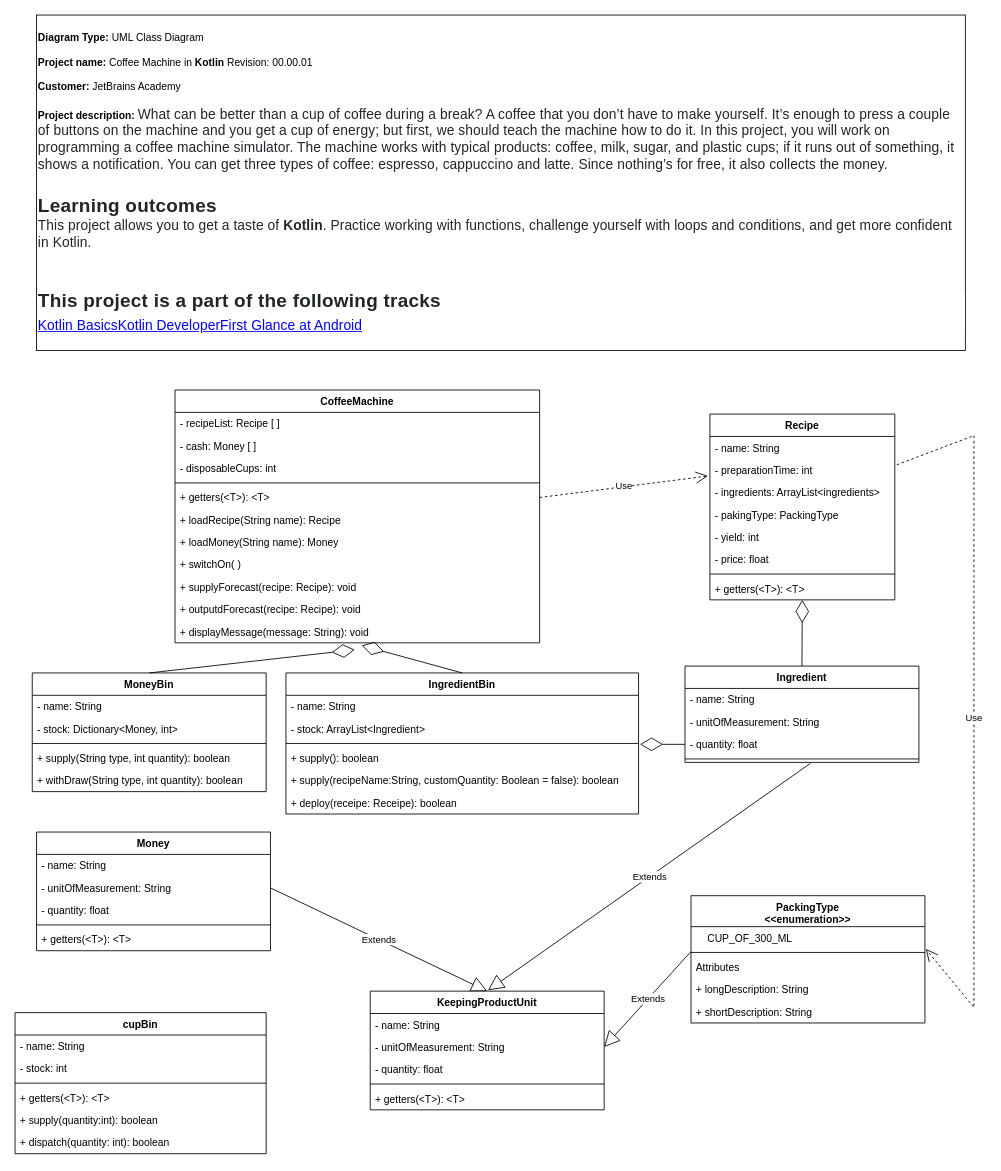
This is coffeeMachine/UML/CoffeeMAchineClassDiagram.drawio from AlbertoVictorRebello/academy.jetbrains.kotlinBasics, a draw.io file, before an edit. Source tidied: cells renumbered, new cells numbered last; positions are measured from the earlier drawing's top-left corner, leaving out a move shared by most shapes. Both pictures are drawn from the tidied source at 86%, with x=0, y=0 at pixel (15, 15).
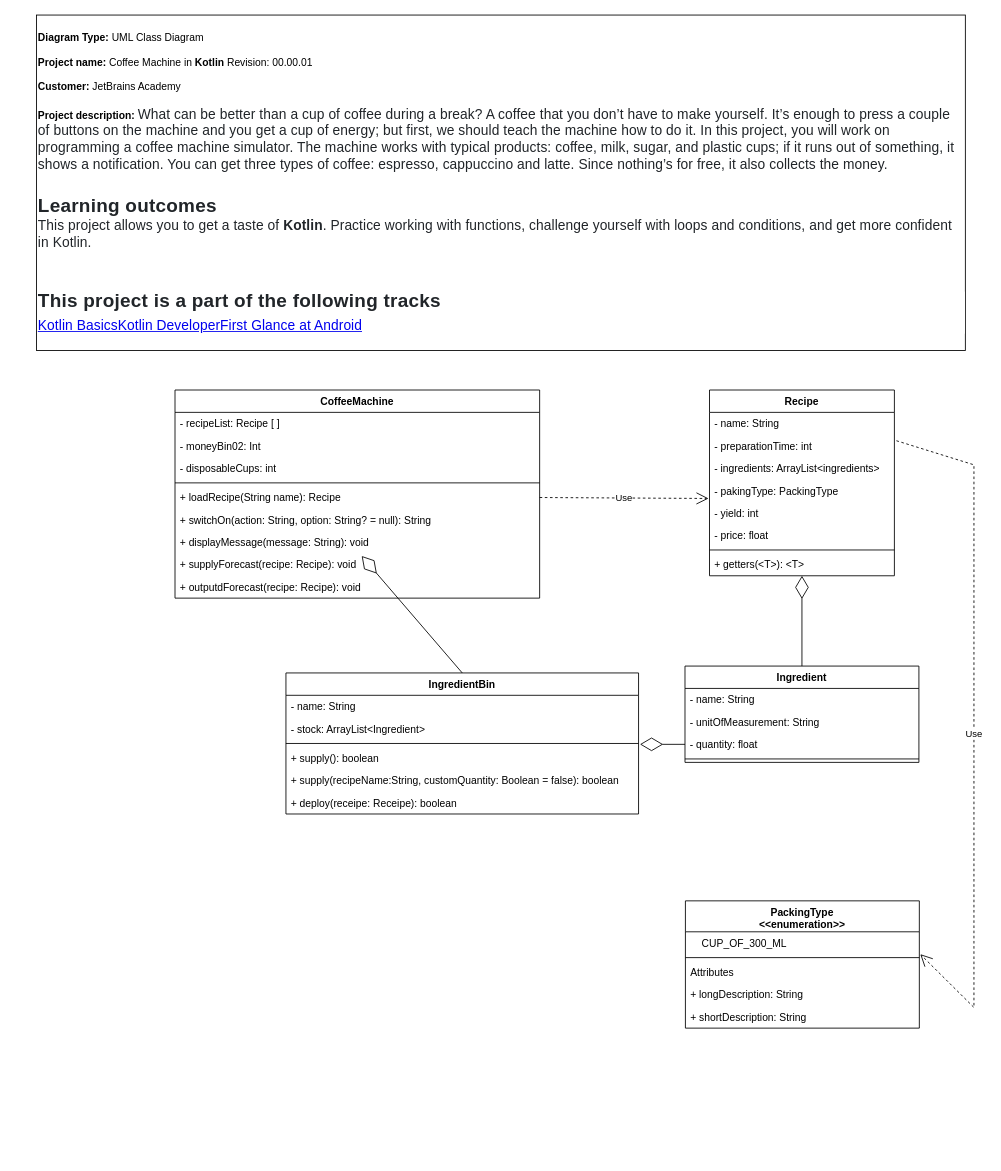
The same page after the edit.

The change refers to these unchanged cells:
```xml
<mxCell id="18" value="- preparationTime: int&#10;" style="text;strokeColor=none;fillColor=none;align=left;verticalAlign=top;spacingLeft=4;spacingRight=4;overflow=hidden;points=[[0,0.5],[1,0.5]];portConstraint=eastwest;" parent="16" vertex="1">
  <mxGeometry y="52" width="215" height="26" as="geometry" />
</mxCell>
<mxCell id="20" value="- pakingType: PackingType" style="text;strokeColor=none;fillColor=none;align=left;verticalAlign=top;spacingLeft=4;spacingRight=4;overflow=hidden;points=[[0,0.5],[1,0.5]];portConstraint=eastwest;" parent="16" vertex="1">
  <mxGeometry y="104" width="215" height="26" as="geometry" />
</mxCell>
<mxCell id="48" value="    CUP_OF_300_ML" style="text;strokeColor=none;fillColor=none;align=left;verticalAlign=top;spacingLeft=4;spacingRight=4;overflow=hidden;points=[[0,0.5],[1,0.5]];portConstraint=eastwest;" parent="47" vertex="1">
  <mxGeometry y="36" width="272" height="26" as="geometry" />
</mxCell>
```

What changed in the source:
```diff
@@
-    <mxCell id="3" value="Use" style="endArrow=open;endSize=12;dashed=1;html=1;rounded=0;entryX=-0.011;entryY=0.769;entryDx=0;entryDy=0;exitX=1;exitY=0.5;exitDx=0;exitDy=0;entryPerimeter=0;" parent="1" edge="1" source="9" target="18">
-      <mxGeometry relative="1" as="geometry" />
+    <mxCell id="3" value="Use" style="endArrow=open;endSize=12;dashed=1;html=1;rounded=0;entryX=-0.005;entryY=0.851;entryDx=0;entryDy=0;exitX=1;exitY=0.5;exitDx=0;exitDy=0;entryPerimeter=0;" parent="1" edge="1" target="20">
+      <mxGeometry relative="1" as="geometry">
+        <mxPoint x="610" y="561" as="sourcePoint" />
+      </mxGeometry>
     </mxCell>
     <mxCell id="4" value="CoffeeMachine" style="swimlane;fontStyle=1;align=center;verticalAlign=top;horizontal=1;startSize=26;" parent="1" vertex="1">
-      <mxGeometry x="186" y="436" width="424" height="294" as="geometry" />
+      <mxGeometry x="186" y="436" width="424" height="242" as="geometry" />
     </mxCell>
@@
-    <mxCell id="6" value="- cash: Money [ ]" style="text;strokeColor=none;fillColor=none;align=left;verticalAlign=top;spacingLeft=4;spacingRight=4;overflow=hidden;" parent="4" vertex="1">
+    <mxCell id="6" value="- moneyBin02: Int" style="text;strokeColor=none;fillColor=none;align=left;verticalAlign=top;spacingLeft=4;spacingRight=4;overflow=hidden;" parent="4" vertex="1">
       <mxGeometry y="52" width="424" height="26" as="geometry" />
     </mxCell>
@@
-    <mxCell id="9" value="+ getters(&lt;T&gt;): &lt;T&gt;" style="text;strokeColor=none;fillColor=none;align=left;verticalAlign=top;spacingLeft=4;spacingRight=4;overflow=hidden;points=[[0,0.5],[1,0.5]];portConstraint=eastwest;" parent="4" vertex="1">
-      <mxGeometry y="112" width="424" height="26" as="geometry" />
-    </mxCell>
     <mxCell id="10" value="+ loadRecipe(String name): Recipe" style="text;strokeColor=none;fillColor=none;align=left;verticalAlign=top;spacingLeft=4;spacingRight=4;overflow=hidden;" parent="4" vertex="1">
-      <mxGeometry y="138" width="424" height="26" as="geometry" />
+      <mxGeometry y="112" width="424" height="26" as="geometry" />
     </mxCell>
-    <mxCell id="11" value="+ loadMoney(String name): Money" style="text;strokeColor=none;fillColor=none;align=left;verticalAlign=top;spacingLeft=4;spacingRight=4;overflow=hidden;" parent="4" vertex="1">
-      <mxGeometry y="164" width="424" height="26" as="geometry" />
-    </mxCell>
-    <mxCell id="12" value="+ switchOn( )" style="text;strokeColor=none;fillColor=none;align=left;verticalAlign=top;spacingLeft=4;spacingRight=4;overflow=hidden;" parent="4" vertex="1">
-      <mxGeometry y="190" width="424" height="26" as="geometry" />
+    <mxCell id="12" value="+ switchOn(action: String, option: String? = null): String" style="text;strokeColor=none;fillColor=none;align=left;verticalAlign=top;spacingLeft=4;spacingRight=4;overflow=hidden;" parent="4" vertex="1">
+      <mxGeometry y="138" width="424" height="26" as="geometry" />
     </mxCell>
+    <mxCell id="15" value="+ displayMessage(message: String): void" style="text;strokeColor=none;fillColor=none;align=left;verticalAlign=top;spacingLeft=4;spacingRight=4;overflow=hidden;points=[[0,0.5],[1,0.5]];portConstraint=eastwest;" parent="4" vertex="1">
+      <mxGeometry y="164" width="424" height="26" as="geometry" />
+    </mxCell>
     <mxCell id="13" value="+ supplyForecast(recipe: Recipe): void" style="text;strokeColor=none;fillColor=none;align=left;verticalAlign=top;spacingLeft=4;spacingRight=4;overflow=hidden;" parent="4" vertex="1">
-      <mxGeometry y="216" width="424" height="26" as="geometry" />
+      <mxGeometry y="190" width="424" height="26" as="geometry" />
     </mxCell>
     <mxCell id="14" value="+ outputdForecast(recipe: Recipe): void" style="text;strokeColor=none;fillColor=none;align=left;verticalAlign=top;spacingLeft=4;spacingRight=4;overflow=hidden;" parent="4" vertex="1">
-      <mxGeometry y="242" width="424" height="26" as="geometry" />
+      <mxGeometry y="216" width="424" height="26" as="geometry" />
     </mxCell>
-    <mxCell id="15" value="+ displayMessage(message: String): void" style="text;strokeColor=none;fillColor=none;align=left;verticalAlign=top;spacingLeft=4;spacingRight=4;overflow=hidden;points=[[0,0.5],[1,0.5]];portConstraint=eastwest;" parent="4" vertex="1">
-      <mxGeometry y="268" width="424" height="26" as="geometry" />
-    </mxCell>
     <mxCell id="16" value="Recipe" style="swimlane;fontStyle=1;align=center;verticalAlign=top;horizontal=1;startSize=26;" parent="1" vertex="1">
-      <mxGeometry x="808" y="464" width="215" height="216" as="geometry" />
+      <mxGeometry x="807.5" y="436" width="215" height="216" as="geometry" />
     </mxCell>
@@
-    <mxCell id="33" value="MoneyBin" style="swimlane;fontStyle=1;align=center;verticalAlign=top;horizontal=1;startSize=26;" parent="1" vertex="1">
-      <mxGeometry x="20" y="765" width="272" height="138" as="geometry" />
-    </mxCell>
-    <mxCell id="34" value="- name: String" style="text;strokeColor=none;fillColor=none;align=left;verticalAlign=top;spacingLeft=4;spacingRight=4;overflow=hidden;" parent="33" vertex="1">
-      <mxGeometry y="26" width="272" height="26" as="geometry" />
-    </mxCell>
-    <mxCell id="35" value="- stock: Dictionary&lt;Money, int&gt;" style="text;strokeColor=none;fillColor=none;align=left;verticalAlign=top;spacingLeft=4;spacingRight=4;overflow=hidden;" parent="33" vertex="1">
-      <mxGeometry y="52" width="272" height="26" as="geometry" />
-    </mxCell>
-    <mxCell id="36" style="line;strokeWidth=1;fillColor=none;align=left;verticalAlign=middle;spacingTop=-1;spacingLeft=3;spacingRight=3;labelPosition=right;" parent="33" vertex="1">
-      <mxGeometry y="78" width="272" height="8" as="geometry" />
-    </mxCell>
-    <mxCell id="37" value="+ supply(String type, int quantity): boolean" style="text;strokeColor=none;fillColor=none;align=left;verticalAlign=top;spacingLeft=4;spacingRight=4;overflow=hidden;" parent="33" vertex="1">
-      <mxGeometry y="86" width="272" height="26" as="geometry" />
-    </mxCell>
-    <mxCell id="38" value="+ withDraw(String type, int quantity): boolean" style="text;strokeColor=none;fillColor=none;align=left;verticalAlign=top;spacingLeft=4;spacingRight=4;overflow=hidden;" parent="33" vertex="1">
-      <mxGeometry y="112" width="272" height="26" as="geometry" />
-    </mxCell>
-    <mxCell id="39" style="endArrow=diamondThin;endFill=0;endSize=24;html=1;rounded=0;exitX=0.5;exitY=0;exitDx=0;exitDy=0;entryX=0.493;entryY=1.308;entryDx=0;entryDy=0;entryPerimeter=0;" parent="1" edge="1" source="33" target="15">
-      <mxGeometry relative="1" as="geometry" />
-    </mxCell>
@@
-    <mxCell id="46" value="Extends" style="endArrow=block;endSize=16;endFill=0;html=1;rounded=0;entryX=0.5;entryY=0;entryDx=0;entryDy=0;" parent="1" edge="1">
-      <mxGeometry relative="1" as="geometry">
-        <mxPoint x="925" y="870" as="sourcePoint" />
-        <mxPoint x="550" y="1134" as="targetPoint" />
-      </mxGeometry>
-    </mxCell>
     <mxCell id="47" value="PackingType&#10;&lt;&lt;enumeration&gt;&gt;" style="swimlane;fontStyle=1;align=center;verticalAlign=top;horizontal=1;startSize=36;" parent="1" vertex="1">
-      <mxGeometry x="786" y="1024" width="272" height="148" as="geometry" />
+      <mxGeometry x="779.5" y="1030" width="272" height="148" as="geometry" />
     </mxCell>
@@
-    <mxCell id="53" value="Extends" style="endArrow=block;endSize=16;endFill=0;html=1;rounded=0;entryX=1;entryY=0.5;entryDx=0;entryDy=0;exitX=0;exitY=0.192;exitDx=0;exitDy=0;exitPerimeter=0;" parent="1" edge="1" target="72">
-      <mxGeometry relative="1" as="geometry">
-        <mxPoint x="786" y="1089" as="sourcePoint" />
-      </mxGeometry>
-    </mxCell>
     <mxCell id="54" value="Use" style="endArrow=open;endSize=12;dashed=1;html=1;rounded=0;exitX=1.011;exitY=0.269;exitDx=0;exitDy=0;exitPerimeter=0;entryX=1.004;entryY=1;entryDx=0;entryDy=0;entryPerimeter=0;" parent="1" edge="1" source="18" target="48">
       <mxGeometry relative="1" as="geometry">
         <Array as="points">
-          <mxPoint x="1115" y="489" />
+          <mxPoint x="1115" y="523" />
           <mxPoint x="1115" y="1154" />
         </Array>
       </mxGeometry>
     </mxCell>
@@
-    <mxCell id="56" value="cupBin" style="swimlane;fontStyle=1;align=center;verticalAlign=top;horizontal=1;startSize=26;" parent="1" vertex="1">
-      <mxGeometry y="1160" width="292" height="164" as="geometry" />
-    </mxCell>
-    <mxCell id="57" value="- name: String" style="text;strokeColor=none;fillColor=none;align=left;verticalAlign=top;spacingLeft=4;spacingRight=4;overflow=hidden;" parent="56" vertex="1">
-      <mxGeometry y="26" width="292" height="26" as="geometry" />
-    </mxCell>
-    <mxCell id="58" value="- stock: int" style="text;strokeColor=none;fillColor=none;align=left;verticalAlign=top;spacingLeft=4;spacingRight=4;overflow=hidden;" parent="56" vertex="1">
-      <mxGeometry y="52" width="292" height="26" as="geometry" />
-    </mxCell>
-    <mxCell id="59" style="line;strokeWidth=1;fillColor=none;align=left;verticalAlign=middle;spacingTop=-1;spacingLeft=3;spacingRight=3;labelPosition=right;" parent="56" vertex="1">
-      <mxGeometry y="78" width="292" height="8" as="geometry" />
-    </mxCell>
-    <mxCell id="60" value="+ getters(&lt;T&gt;): &lt;T&gt;" style="text;strokeColor=none;fillColor=none;align=left;verticalAlign=top;spacingLeft=4;spacingRight=4;overflow=hidden;" parent="56" vertex="1">
-      <mxGeometry y="86" width="292" height="26" as="geometry" />
-    </mxCell>
-    <mxCell id="61" value="+ supply(quantity:int): boolean" style="text;strokeColor=none;fillColor=none;align=left;verticalAlign=top;spacingLeft=4;spacingRight=4;overflow=hidden;" parent="56" vertex="1">
-      <mxGeometry y="112" width="292" height="26" as="geometry" />
-    </mxCell>
-    <mxCell id="62" value="+ dispatch(quantity: int): boolean" style="text;strokeColor=none;fillColor=none;align=left;verticalAlign=top;spacingLeft=4;spacingRight=4;overflow=hidden;" parent="56" vertex="1">
-      <mxGeometry y="138" width="292" height="26" as="geometry" />
-    </mxCell>
-    <mxCell id="63" value="Money" style="swimlane;fontStyle=1;align=center;verticalAlign=top;horizontal=1;startSize=26;" parent="1" vertex="1">
-      <mxGeometry x="25" y="950" width="272" height="138" as="geometry" />
-    </mxCell>
-    <mxCell id="64" value="- name: String" style="text;strokeColor=none;fillColor=none;align=left;verticalAlign=top;spacingLeft=4;spacingRight=4;overflow=hidden;" parent="63" vertex="1">
-      <mxGeometry y="26" width="272" height="26" as="geometry" />
-    </mxCell>
-    <mxCell id="65" value="- unitOfMeasurement: String" style="text;strokeColor=none;fillColor=none;align=left;verticalAlign=top;spacingLeft=4;spacingRight=4;overflow=hidden;points=[[0,0.5],[1,0.5]];portConstraint=eastwest;" parent="63" vertex="1">
-      <mxGeometry y="52" width="272" height="26" as="geometry" />
-    </mxCell>
-    <mxCell id="66" value="- quantity: float" style="text;strokeColor=none;fillColor=none;align=left;verticalAlign=top;spacingLeft=4;spacingRight=4;overflow=hidden;" parent="63" vertex="1">
-      <mxGeometry y="78" width="272" height="26" as="geometry" />
-    </mxCell>
-    <mxCell id="67" style="line;strokeWidth=1;fillColor=none;align=left;verticalAlign=middle;spacingTop=-1;spacingLeft=3;spacingRight=3;labelPosition=right;" parent="63" vertex="1">
-      <mxGeometry y="104" width="272" height="8" as="geometry" />
-    </mxCell>
-    <mxCell id="68" value="+ getters(&lt;T&gt;): &lt;T&gt;" style="text;strokeColor=none;fillColor=none;align=left;verticalAlign=top;spacingLeft=4;spacingRight=4;overflow=hidden;" parent="63" vertex="1">
-      <mxGeometry y="112" width="272" height="26" as="geometry" />
-    </mxCell>
-    <mxCell id="69" value="Extends" style="endArrow=block;endSize=16;endFill=0;html=1;rounded=0;exitX=1;exitY=0.5;exitDx=0;exitDy=0;entryX=0.5;entryY=0;entryDx=0;entryDy=0;" parent="1" edge="1" source="65" target="70">
-      <mxGeometry relative="1" as="geometry" />
-    </mxCell>
-    <mxCell id="70" value="KeepingProductUnit" style="swimlane;fontStyle=1;align=center;verticalAlign=top;horizontal=1;startSize=26;" parent="1" vertex="1">
-      <mxGeometry x="413" y="1135" width="272" height="138" as="geometry" />
-    </mxCell>
-    <mxCell id="71" value="- name: String" style="text;strokeColor=none;fillColor=none;align=left;verticalAlign=top;spacingLeft=4;spacingRight=4;overflow=hidden;" parent="70" vertex="1">
-      <mxGeometry y="26" width="272" height="26" as="geometry" />
-    </mxCell>
-    <mxCell id="72" value="- unitOfMeasurement: String" style="text;strokeColor=none;fillColor=none;align=left;verticalAlign=top;spacingLeft=4;spacingRight=4;overflow=hidden;points=[[0,0.5],[1,0.5]];portConstraint=eastwest;" parent="70" vertex="1">
-      <mxGeometry y="52" width="272" height="26" as="geometry" />
-    </mxCell>
-    <mxCell id="73" value="- quantity: float" style="text;strokeColor=none;fillColor=none;align=left;verticalAlign=top;spacingLeft=4;spacingRight=4;overflow=hidden;" parent="70" vertex="1">
-      <mxGeometry y="78" width="272" height="26" as="geometry" />
-    </mxCell>
-    <mxCell id="74" style="line;strokeWidth=1;fillColor=none;align=left;verticalAlign=middle;spacingTop=-1;spacingLeft=3;spacingRight=3;labelPosition=right;" parent="70" vertex="1">
-      <mxGeometry y="104" width="272" height="8" as="geometry" />
-    </mxCell>
-    <mxCell id="75" value="+ getters(&lt;T&gt;): &lt;T&gt;" style="text;strokeColor=none;fillColor=none;align=left;verticalAlign=top;spacingLeft=4;spacingRight=4;overflow=hidden;" parent="70" vertex="1">
-      <mxGeometry y="112" width="272" height="26" as="geometry" />
-    </mxCell>
```
